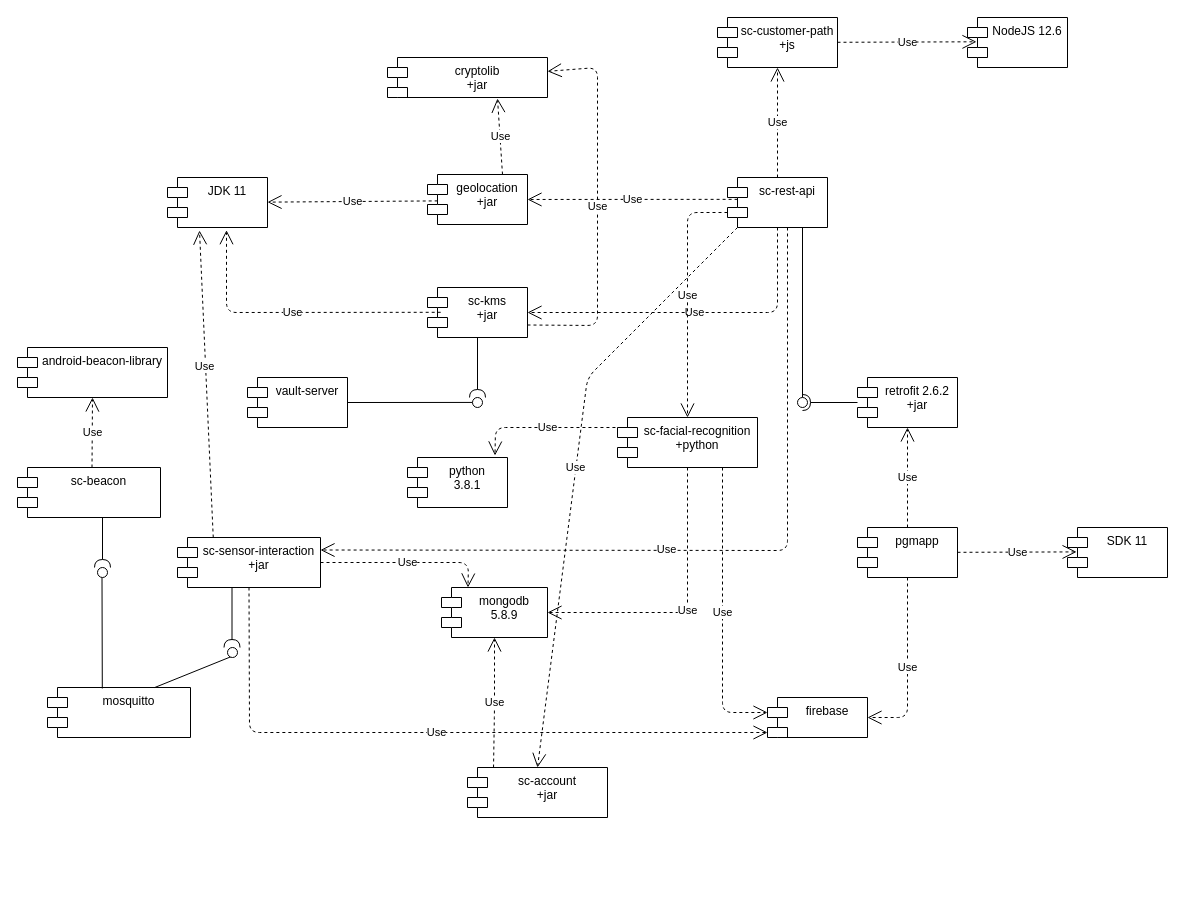
The draw.io diagram diagrams/ComponentDiagram.drawio in jessicaraman/pds-stardust, before the edit. Source tidied: cells renumbered, new cells numbered last; positions are measured from the earlier drawing's top-left corner, leaving out a move shared by most shapes. Both pictures are drawn from the tidied source at 100%, with x=0, y=0 at pixel (17, 17).
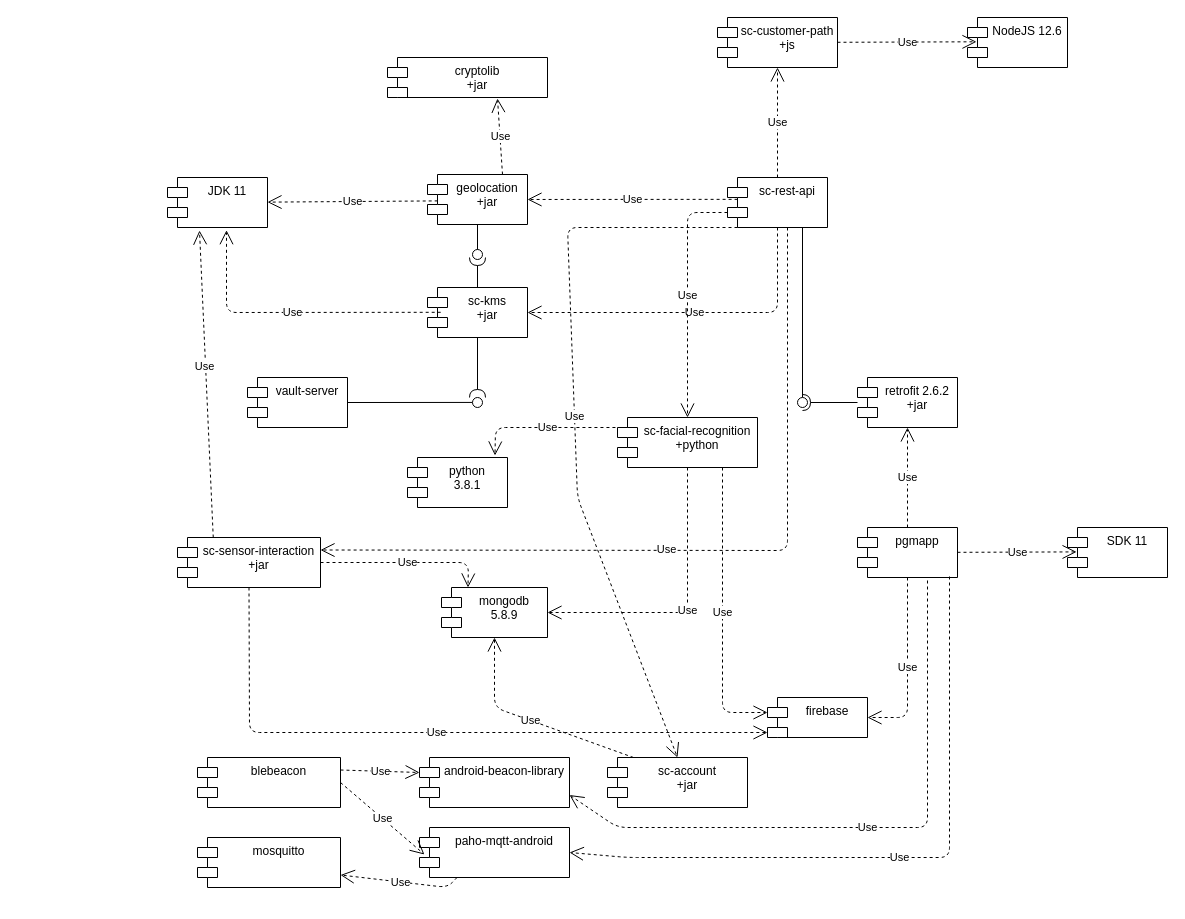
After the change.

Commit message (it also covers changes not shown here):
[SENSOR] update component diagram

Unchanged cells that the change refers to:
```xml
<mxCell id="4" value="geolocation&#10;+jar" style="shape=module;align=left;spacingLeft=20;align=center;verticalAlign=top;" parent="1" vertex="1">
  <mxGeometry x="410" y="157" width="100" height="50" as="geometry" />
</mxCell>
<mxCell id="6" value="pgmapp&#10;" style="shape=module;align=left;spacingLeft=20;align=center;verticalAlign=top;" parent="1" vertex="1">
  <mxGeometry x="840" y="510" width="100" height="50" as="geometry" />
</mxCell>
<mxCell id="9" value="sc-rest-api" style="shape=module;align=left;spacingLeft=20;align=center;verticalAlign=top;" parent="1" vertex="1">
  <mxGeometry x="710" y="160" width="100" height="50" as="geometry" />
</mxCell>
<mxCell id="18" value="sc-kms&#10;+jar" style="shape=module;align=left;spacingLeft=20;align=center;verticalAlign=top;" parent="1" vertex="1">
  <mxGeometry x="410" y="270" width="100" height="50" as="geometry" />
</mxCell>
<mxCell id="25" value="cryptolib&#10;+jar" style="shape=module;align=left;spacingLeft=20;align=center;verticalAlign=top;" parent="1" vertex="1">
  <mxGeometry x="370" y="40" width="160" height="40" as="geometry" />
</mxCell>
```

Change to the diagram source:
```diff
@@
-    <mxCell id="26" value="Use" style="endArrow=open;endSize=12;dashed=1;html=1;exitX=1;exitY=0.75;exitDx=0;exitDy=0;" parent="1" edge="1" source="18" target="25">
-      <mxGeometry relative="1" as="geometry">
-        <Array as="points">
-          <mxPoint x="580" y="308" />
-          <mxPoint x="580" y="50" />
-        </Array>
-      </mxGeometry>
-    </mxCell>
@@
     <mxCell id="42" value="mosquitto" style="shape=module;align=left;spacingLeft=20;align=center;verticalAlign=top;" parent="1" vertex="1">
-      <mxGeometry x="30" y="670" width="143" height="50" as="geometry" />
+      <mxGeometry x="180" y="820" width="143" height="50" as="geometry" />
     </mxCell>
-    <mxCell id="43" style="rounded=0;jettySize=auto;html=1;endArrow=none;endFill=0;exitX=0.75;exitY=0;exitDx=0;exitDy=0;entryX=0.4;entryY=0.9;entryDx=0;entryDy=0;entryPerimeter=0;" parent="1" edge="1" source="42" target="44">
-      <mxGeometry relative="1" as="geometry" />
-    </mxCell>
-    <mxCell id="44" style="ellipse;whiteSpace=wrap;html=1;fontFamily=Helvetica;fontSize=12;fontColor=#000000;align=center;strokeColor=#000000;fillColor=#ffffff;points=[];" parent="1" vertex="1">
-      <mxGeometry x="210" y="630" width="10" height="10" as="geometry" />
-    </mxCell>
-    <mxCell id="45" style="rounded=0;orthogonalLoop=1;jettySize=auto;html=1;endArrow=halfCircle;endFill=0;endSize=6;strokeWidth=1;exitX=0.5;exitY=1;exitDx=0;exitDy=0;" parent="1" edge="1">
-      <mxGeometry relative="1" as="geometry">
-        <mxPoint x="214.5" y="570" as="sourcePoint" />
-        <mxPoint x="214.5" y="630" as="targetPoint" />
-      </mxGeometry>
-    </mxCell>
-    <mxCell id="46" value="sc-beacon" style="shape=module;align=left;spacingLeft=20;align=center;verticalAlign=top;" parent="1" vertex="1">
-      <mxGeometry y="450" width="143" height="50" as="geometry" />
+    <mxCell id="46" value="blebeacon" style="shape=module;align=left;spacingLeft=20;align=center;verticalAlign=top;" parent="1" vertex="1">
+      <mxGeometry x="180" y="740" width="143" height="50" as="geometry" />
     </mxCell>
-    <mxCell id="47" style="rounded=0;orthogonalLoop=1;jettySize=auto;html=1;endArrow=none;endFill=0;exitX=0.75;exitY=0;exitDx=0;exitDy=0;" parent="1" edge="1">
-      <mxGeometry relative="1" as="geometry">
-        <mxPoint x="84.8" y="671" as="sourcePoint" />
-        <mxPoint x="84.5" y="560" as="targetPoint" />
-      </mxGeometry>
-    </mxCell>
-    <mxCell id="48" style="ellipse;whiteSpace=wrap;html=1;fontFamily=Helvetica;fontSize=12;fontColor=#000000;align=center;strokeColor=#000000;fillColor=#ffffff;" parent="1" vertex="1">
-      <mxGeometry x="80" y="550" width="10" height="10" as="geometry" />
-    </mxCell>
-    <mxCell id="49" style="rounded=0;orthogonalLoop=1;jettySize=auto;html=1;endArrow=halfCircle;endFill=0;endSize=6;strokeWidth=1;" parent="1" edge="1">
-      <mxGeometry relative="1" as="geometry">
-        <mxPoint x="85" y="500" as="sourcePoint" />
-        <mxPoint x="85" y="550" as="targetPoint" />
-      </mxGeometry>
-    </mxCell>
     <mxCell id="50" value="android-beacon-library" style="shape=module;align=left;spacingLeft=20;align=center;verticalAlign=top;" parent="1" vertex="1">
-      <mxGeometry y="330" width="150" height="50" as="geometry" />
+      <mxGeometry x="402" y="740" width="150" height="50" as="geometry" />
     </mxCell>
-    <mxCell id="51" value="Use" style="endArrow=open;endSize=12;dashed=1;html=1;exitX=0.5;exitY=0;exitDx=0;exitDy=0;" parent="1" edge="1">
-      <mxGeometry relative="1" as="geometry">
-        <mxPoint x="74.5" y="450" as="sourcePoint" />
-        <mxPoint x="75" y="380" as="targetPoint" />
-      </mxGeometry>
+    <mxCell id="51" value="Use" style="endArrow=open;endSize=12;dashed=1;html=1;entryX=0;entryY=0;entryDx=0;entryDy=15;entryPerimeter=0;exitX=1;exitY=0.25;exitDx=0;exitDy=0;" parent="1" edge="1" source="46" target="50">
+      <mxGeometry relative="1" as="geometry" />
     </mxCell>
@@
     <mxCell id="53" value="sc-account&#10;+jar" style="shape=module;align=left;spacingLeft=20;align=center;verticalAlign=top;" parent="1" vertex="1">
-      <mxGeometry x="450" y="750" width="140" height="50" as="geometry" />
+      <mxGeometry x="590" y="740" width="140" height="50" as="geometry" />
     </mxCell>
     <mxCell id="54" value="Use" style="endArrow=open;endSize=12;dashed=1;html=1;exitX=0;exitY=1;exitDx=10;exitDy=0;entryX=0.5;entryY=0;entryDx=0;entryDy=0;exitPerimeter=0;" parent="1" edge="1" source="9" target="53">
       <mxGeometry relative="1" as="geometry">
         <Array as="points">
-          <mxPoint x="570" y="360" />
+          <mxPoint x="550" y="210" />
+          <mxPoint x="560" y="480" />
         </Array>
       </mxGeometry>
     </mxCell>
@@
+    <mxCell id="56" value="paho-mqtt-android" style="shape=module;align=left;spacingLeft=20;align=center;verticalAlign=top;" parent="1" vertex="1">
+      <mxGeometry x="402" y="810" width="150" height="50" as="geometry" />
+    </mxCell>
+    <mxCell id="57" value="Use" style="endArrow=open;endSize=12;dashed=1;html=1;exitX=1;exitY=0.5;exitDx=0;exitDy=0;entryX=0.033;entryY=0.54;entryDx=0;entryDy=0;entryPerimeter=0;" parent="1" edge="1" source="46" target="56">
+      <mxGeometry relative="1" as="geometry" />
+    </mxCell>
+    <mxCell id="58" value="Use" style="endArrow=open;endSize=12;dashed=1;html=1;exitX=0.25;exitY=1;exitDx=0;exitDy=0;entryX=1;entryY=0.75;entryDx=0;entryDy=0;" parent="1" edge="1" source="56" target="42">
+      <mxGeometry relative="1" as="geometry">
+        <Array as="points">
+          <mxPoint x="430" y="870" />
+        </Array>
+      </mxGeometry>
+    </mxCell>
+    <mxCell id="59" value="Use" style="endArrow=open;endSize=12;dashed=1;html=1;entryX=1;entryY=0.75;entryDx=0;entryDy=0;" parent="1" edge="1" target="50">
+      <mxGeometry relative="1" as="geometry">
+        <mxPoint x="910" y="563" as="sourcePoint" />
+        <Array as="points">
+          <mxPoint x="910" y="810" />
+          <mxPoint x="600" y="810" />
+        </Array>
+      </mxGeometry>
+    </mxCell>
+    <mxCell id="60" value="Use" style="endArrow=open;endSize=12;dashed=1;html=1;entryX=1;entryY=0.5;entryDx=0;entryDy=0;exitX=0.92;exitY=0.98;exitDx=0;exitDy=0;exitPerimeter=0;" parent="1" edge="1" source="6" target="56">
+      <mxGeometry relative="1" as="geometry">
+        <Array as="points">
+          <mxPoint x="932" y="840" />
+          <mxPoint x="610" y="840" />
+        </Array>
+      </mxGeometry>
+    </mxCell>
+    <mxCell id="61" style="rounded=0;jettySize=auto;html=1;endArrow=halfCircle;endFill=0;endSize=6;strokeWidth=1;exitX=0.5;exitY=0;exitDx=0;exitDy=0;" parent="1" edge="1" source="18">
+      <mxGeometry relative="1" as="geometry">
+        <mxPoint x="460" y="240" as="targetPoint" />
+      </mxGeometry>
+    </mxCell>
+    <mxCell id="62" style="rounded=0;jettySize=auto;html=1;endArrow=none;endFill=0;exitX=0.5;exitY=1;exitDx=0;exitDy=0;" parent="1" edge="1" source="4">
+      <mxGeometry relative="1" as="geometry">
+        <mxPoint x="460" y="237" as="targetPoint" />
+      </mxGeometry>
+    </mxCell>
+    <mxCell id="63" style="ellipse;whiteSpace=wrap;html=1;fontFamily=Helvetica;fontSize=12;fontColor=#000000;align=center;strokeColor=#000000;fillColor=#ffffff;" parent="1" vertex="1">
+      <mxGeometry x="455" y="232" width="10" height="10" as="geometry" />
+    </mxCell>
```
